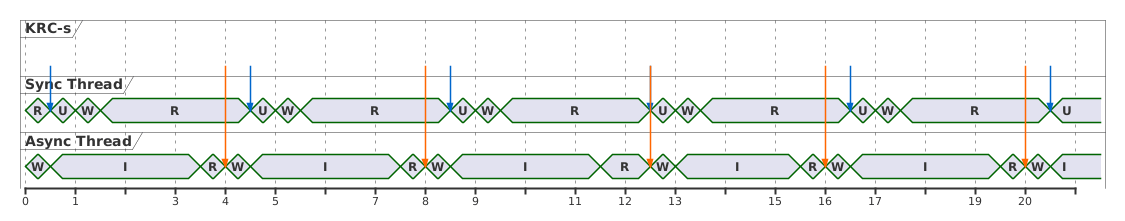
Before: doc/wiki/resources/dual_arm_timing/scenario4.png, a diagram exported from PlantUML (kroshu/kuka_drivers). Its source is kept beside it as doc/wiki/resources/dual_arm_timing/scenario4.puml.
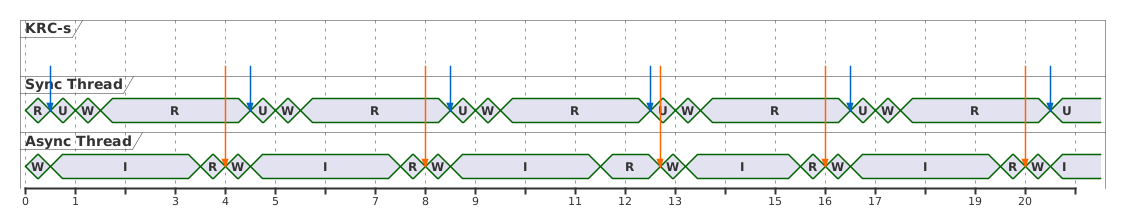
After the commit.

The edit, as a diff of the source:
```diff
@@ -61,11 +61,15 @@
 @12.5
 KRC -[#0066cc]> TA
 TA is U
+
+@12.7
 KRC -[#ff6600]> TB
 TB is W
 
 @13.0
 TA is W
+
+@13.2
 TB is I
 
 @13.5
```
